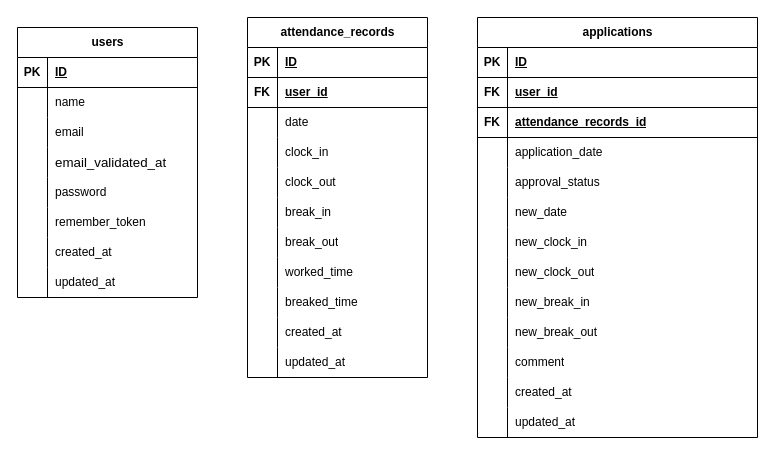
Earlier version of the draw.io diagram worklog.drawio (bunta27/WorkLog). Source tidied: cells renumbered, new cells numbered last; positions are measured from the earlier drawing's top-left corner, leaving out a move shared by most shapes. Both pictures are drawn from the tidied source at 100%, with x=0, y=0 at pixel (17, 17).
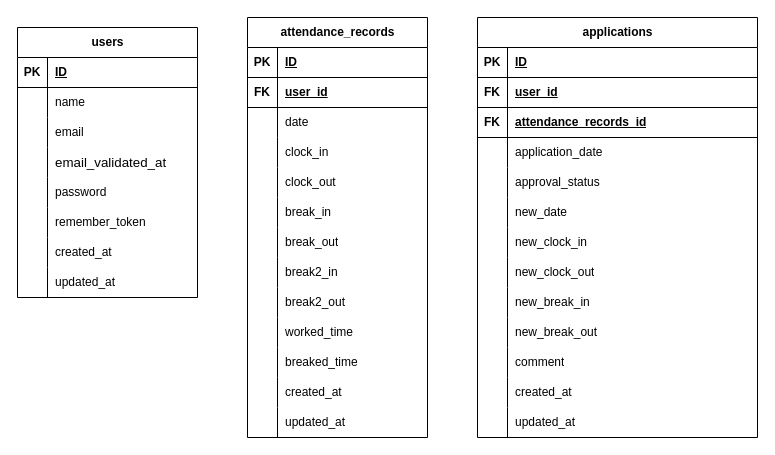
The same page after the edit.

Diff of the diagram source:
```diff
@@
     <mxCell id="2" value="attendance_records" style="shape=table;startSize=30;childLayout=tableLayout;rowLines=0;fontStyle=1;align=center;html=1;" parent="1" vertex="1">
-      <mxGeometry x="230" width="180" height="360" as="geometry" />
+      <mxGeometry x="230" width="180" height="420" as="geometry" />
     </mxCell>
@@
+    <mxCell id="101" style="shape=tableRow;horizontal=0;startSize=0;swimlaneHead=0;swimlaneBody=0;fillColor=none;top=0;left=0;right=0;bottom=0;" parent="2" vertex="1">
+      <mxGeometry y="240" width="180" height="30" as="geometry" />
+    </mxCell>
+    <mxCell id="102" style="shape=partialRectangle;fillColor=none;top=0;left=0;bottom=0;right=0;overflow=hidden;whiteSpace=wrap;html=1;" parent="101" vertex="1">
+      <mxGeometry width="30" height="30" as="geometry" />
+    </mxCell>
+    <mxCell id="103" value="break2_in" style="shape=partialRectangle;fillColor=none;top=0;left=0;bottom=0;right=0;align=left;spacingLeft=6;overflow=hidden;whiteSpace=wrap;html=1;" parent="101" vertex="1">
+      <mxGeometry x="30" width="150" height="30" as="geometry" />
+    </mxCell>
+    <mxCell id="104" style="shape=tableRow;horizontal=0;startSize=0;swimlaneHead=0;swimlaneBody=0;fillColor=none;top=0;left=0;right=0;bottom=0;" parent="2" vertex="1">
+      <mxGeometry y="270" width="180" height="30" as="geometry" />
+    </mxCell>
+    <mxCell id="105" style="shape=partialRectangle;fillColor=none;top=0;left=0;bottom=0;right=0;overflow=hidden;whiteSpace=wrap;html=1;" parent="104" vertex="1">
+      <mxGeometry width="30" height="30" as="geometry" />
+    </mxCell>
+    <mxCell id="106" value="break2_out" style="shape=partialRectangle;fillColor=none;top=0;left=0;bottom=0;right=0;align=left;spacingLeft=6;overflow=hidden;whiteSpace=wrap;html=1;" parent="104" vertex="1">
+      <mxGeometry x="30" width="150" height="30" as="geometry" />
+    </mxCell>
     <mxCell id="24" style="shape=tableRow;horizontal=0;startSize=0;swimlaneHead=0;swimlaneBody=0;fillColor=none;top=0;left=0;right=0;bottom=0;" parent="2" vertex="1">
-      <mxGeometry y="240" width="180" height="30" as="geometry" />
+      <mxGeometry y="300" width="180" height="30" as="geometry" />
     </mxCell>
@@
     <mxCell id="27" style="shape=tableRow;horizontal=0;startSize=0;swimlaneHead=0;swimlaneBody=0;fillColor=none;top=0;left=0;right=0;bottom=0;" parent="2" vertex="1">
-      <mxGeometry y="270" width="180" height="30" as="geometry" />
+      <mxGeometry y="330" width="180" height="30" as="geometry" />
     </mxCell>
@@
     <mxCell id="30" style="shape=tableRow;horizontal=0;startSize=0;swimlaneHead=0;swimlaneBody=0;fillColor=none;top=0;left=0;right=0;bottom=0;" parent="2" vertex="1">
-      <mxGeometry y="300" width="180" height="30" as="geometry" />
+      <mxGeometry y="360" width="180" height="30" as="geometry" />
     </mxCell>
@@
     <mxCell id="33" style="shape=tableRow;horizontal=0;startSize=0;swimlaneHead=0;swimlaneBody=0;fillColor=none;top=0;left=0;right=0;bottom=0;" parent="2" vertex="1">
-      <mxGeometry y="330" width="180" height="30" as="geometry" />
+      <mxGeometry y="390" width="180" height="30" as="geometry" />
     </mxCell>
```
